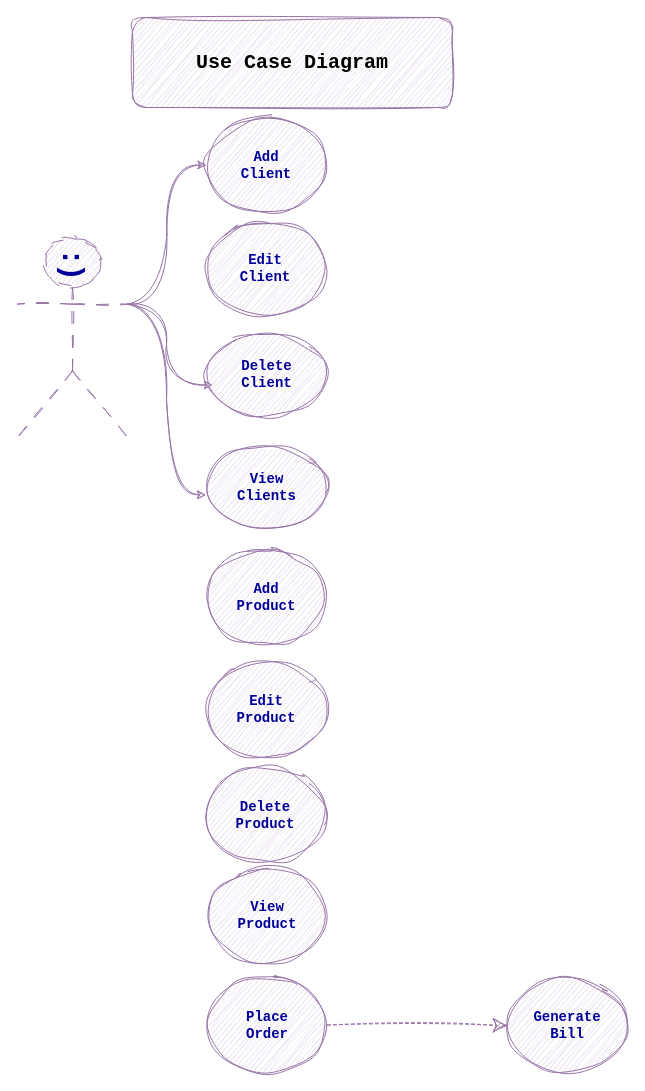
This is page "Use Case Diagram" (1 of 2) of UML Diagrams.drawio from stefi19/PT2025_Group_Stefania_Mozacu_Assignment_3, a draw.io file, before an edit. Source tidied: cells renumbered, new cells numbered last; positions are measured from the earlier drawing's top-left corner, leaving out a move shared by most shapes. Both pictures are drawn from the tidied source at 100%, with x=0, y=0 at pixel (17, 17).
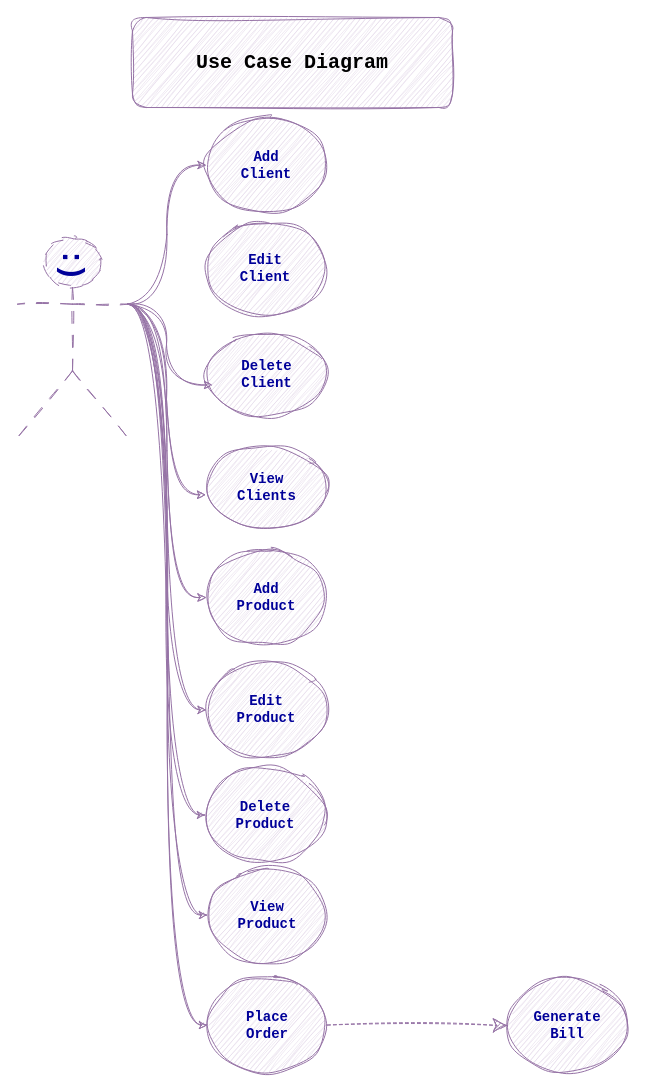
Above is the later version.

Commit message:
Update UML Diagrams -> Corrected the Use Case Diagram.drawio

Unchanged cells that the change refers to:
```xml
<mxCell id="3" style="shape=umlActor;verticalLabelPosition=bottom;verticalAlign=top;html=1;outlineConnect=0;fillColor=#e1d5e7;strokeColor=#9673a6;sketch=1;curveFitting=1;jiggle=2;dashed=1;dashPattern=12 12;" parent="1" vertex="1">
  <mxGeometry y="220" width="110" height="200" as="geometry" />
</mxCell>
<mxCell id="11" style="ellipse;whiteSpace=wrap;html=1;rounded=0;sketch=1;jiggle=2;curveFitting=1;strokeColor=#9673a6;align=center;verticalAlign=middle;fontFamily=Helvetica;fontSize=11;fontColor=default;labelBackgroundColor=default;fillColor=#e1d5e7;" parent="10" vertex="1">
  <mxGeometry width="119.9" height="95.1" as="geometry" />
</mxCell>
<mxCell id="27" style="ellipse;whiteSpace=wrap;html=1;rounded=0;sketch=1;jiggle=2;curveFitting=1;strokeColor=#9673a6;align=center;verticalAlign=middle;fontFamily=Helvetica;fontSize=11;fontColor=default;labelBackgroundColor=default;fillColor=#e1d5e7;" parent="26" vertex="1">
  <mxGeometry width="119.9" height="95.1" as="geometry" />
</mxCell>
<mxCell id="30" style="ellipse;whiteSpace=wrap;html=1;rounded=0;sketch=1;jiggle=2;curveFitting=1;strokeColor=#9673a6;align=center;verticalAlign=middle;fontFamily=Helvetica;fontSize=11;fontColor=default;labelBackgroundColor=default;fillColor=#e1d5e7;" parent="29" vertex="1">
  <mxGeometry width="119.9" height="95.1" as="geometry" />
</mxCell>
<mxCell id="33" style="ellipse;whiteSpace=wrap;html=1;rounded=0;sketch=1;jiggle=2;curveFitting=1;strokeColor=#9673a6;align=center;verticalAlign=middle;fontFamily=Helvetica;fontSize=11;fontColor=default;labelBackgroundColor=default;fillColor=#e1d5e7;" parent="32" vertex="1">
  <mxGeometry width="119.9" height="95.1" as="geometry" />
</mxCell>
<mxCell id="36" style="ellipse;whiteSpace=wrap;html=1;rounded=0;sketch=1;jiggle=2;curveFitting=1;strokeColor=#9673a6;align=center;verticalAlign=middle;fontFamily=Helvetica;fontSize=11;fontColor=default;labelBackgroundColor=default;fillColor=#e1d5e7;" parent="35" vertex="1">
  <mxGeometry width="119.9" height="95.1" as="geometry" />
</mxCell>
```

Change to the diagram source:
```diff
@@
+    <mxCell id="41" style="edgeStyle=orthogonalEdgeStyle;rounded=0;jettySize=auto;html=1;exitX=1;exitY=0.3333333333333333;exitDx=0;exitDy=0;exitPerimeter=0;entryX=0;entryY=0.5;entryDx=0;entryDy=0;sketch=1;jiggle=2;curveFitting=1;strokeColor=#9673a6;align=center;verticalAlign=middle;fontFamily=Helvetica;fontSize=11;fontColor=default;labelBackgroundColor=default;endArrow=classic;curved=1;fillColor=#e1d5e7;" parent="1" edge="1" source="3" target="27">
+      <mxGeometry relative="1" as="geometry" />
+    </mxCell>
+    <mxCell id="42" style="edgeStyle=orthogonalEdgeStyle;rounded=0;jettySize=auto;html=1;exitX=1;exitY=0.3333333333333333;exitDx=0;exitDy=0;exitPerimeter=0;entryX=0;entryY=0.5;entryDx=0;entryDy=0;sketch=1;jiggle=2;curveFitting=1;strokeColor=#9673a6;align=center;verticalAlign=middle;fontFamily=Helvetica;fontSize=11;fontColor=default;labelBackgroundColor=default;endArrow=classic;curved=1;fillColor=#e1d5e7;" parent="1" edge="1" source="3" target="30">
+      <mxGeometry relative="1" as="geometry" />
+    </mxCell>
+    <mxCell id="43" style="edgeStyle=orthogonalEdgeStyle;rounded=0;jettySize=auto;html=1;exitX=1;exitY=0.3333333333333333;exitDx=0;exitDy=0;exitPerimeter=0;entryX=0;entryY=0.5;entryDx=0;entryDy=0;sketch=1;jiggle=2;curveFitting=1;strokeColor=#9673a6;align=center;verticalAlign=middle;fontFamily=Helvetica;fontSize=11;fontColor=default;labelBackgroundColor=default;endArrow=classic;curved=1;fillColor=#e1d5e7;" parent="1" edge="1" source="3" target="11">
+      <mxGeometry relative="1" as="geometry" />
+    </mxCell>
+    <mxCell id="44" style="edgeStyle=orthogonalEdgeStyle;rounded=0;jettySize=auto;html=1;exitX=1;exitY=0.3333333333333333;exitDx=0;exitDy=0;exitPerimeter=0;entryX=0;entryY=0.5;entryDx=0;entryDy=0;sketch=1;jiggle=2;curveFitting=1;strokeColor=#9673a6;align=center;verticalAlign=middle;fontFamily=Helvetica;fontSize=11;fontColor=default;labelBackgroundColor=default;endArrow=classic;curved=1;fillColor=#e1d5e7;" parent="1" edge="1" source="3" target="33">
+      <mxGeometry relative="1" as="geometry" />
+    </mxCell>
+    <mxCell id="45" style="edgeStyle=orthogonalEdgeStyle;rounded=0;jettySize=auto;html=1;exitX=1;exitY=0.3333333333333333;exitDx=0;exitDy=0;exitPerimeter=0;entryX=0;entryY=0.5;entryDx=0;entryDy=0;sketch=1;jiggle=2;curveFitting=1;strokeColor=#9673a6;align=center;verticalAlign=middle;fontFamily=Helvetica;fontSize=11;fontColor=default;labelBackgroundColor=default;endArrow=classic;curved=1;fillColor=#e1d5e7;" parent="1" edge="1" source="3" target="36">
+      <mxGeometry relative="1" as="geometry" />
+    </mxCell>
```
